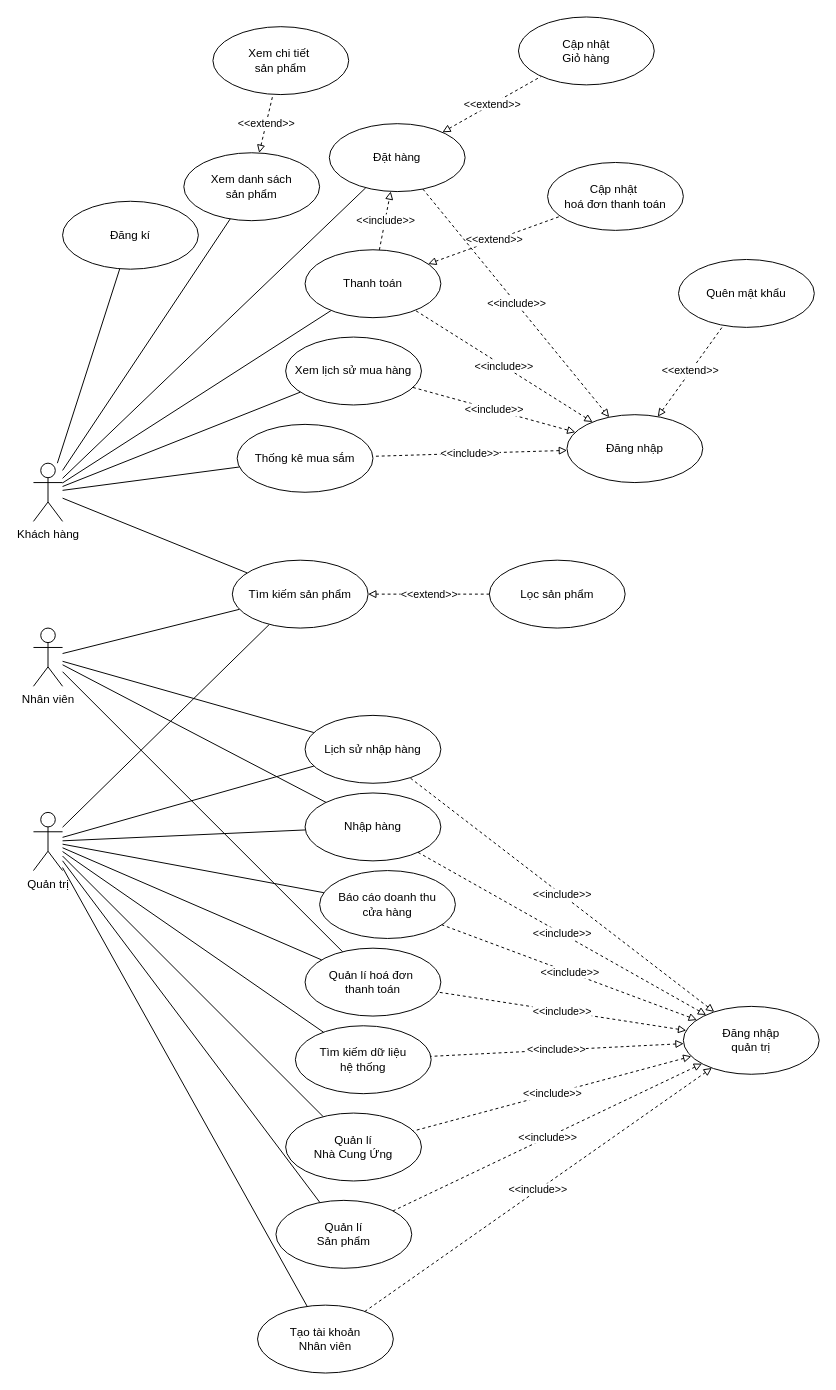
Earlier version of the draw.io diagram Nam3_HK1/CNPM_SoftTech/Usecase Diagrams/UD_0_All.drawio (EdgarIgnite16/SGU-Course). Source tidied: cells renumbered, new cells numbered last; positions are measured from the earlier drawing's top-left corner, leaving out a move shared by most shapes. Both pictures are drawn from the tidied source at 97%, with x=0, y=0 at pixel (33, 16).
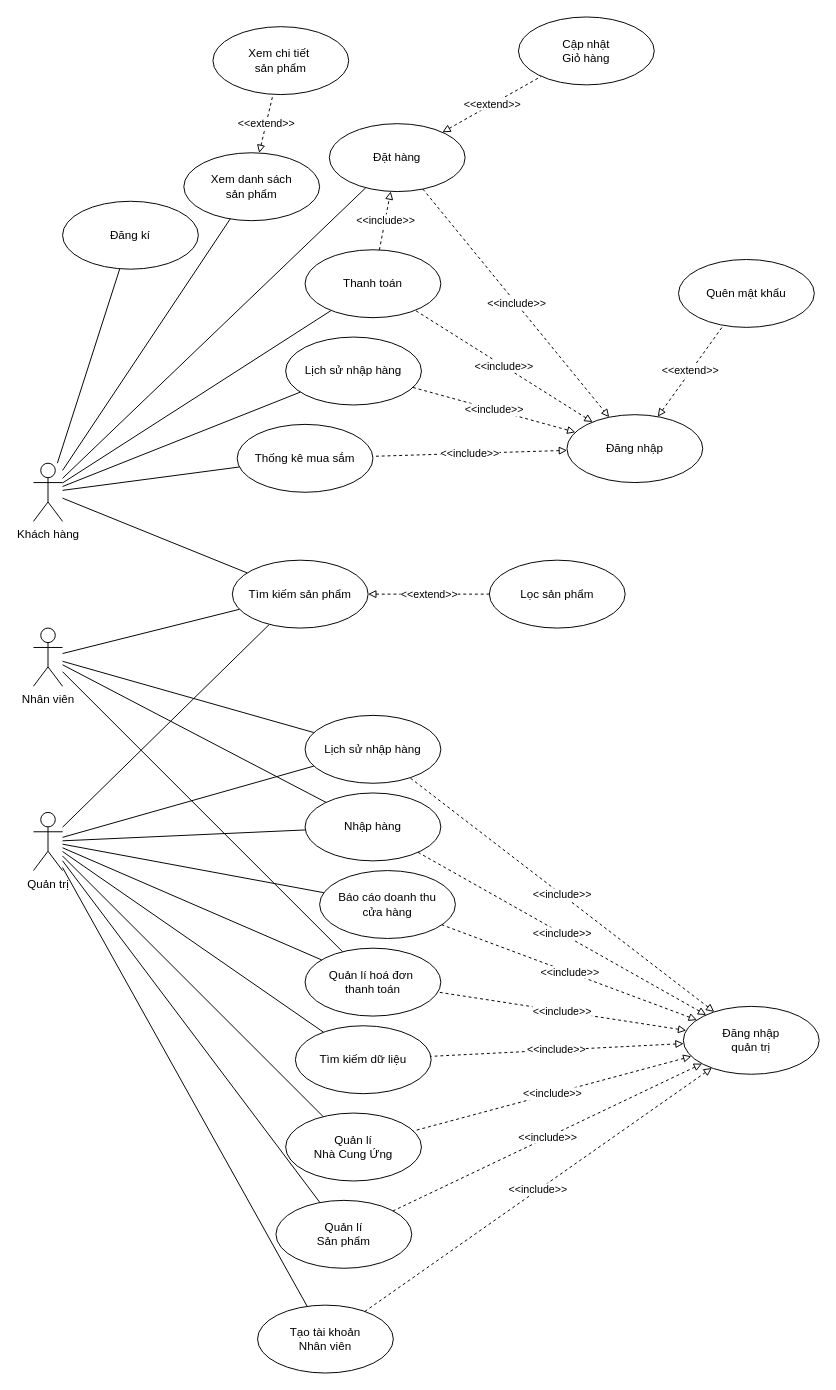
Above is the later version.

The change refers to these unchanged cells:
```xml
<mxCell id="23" value="Thanh toán" style="ellipse;whiteSpace=wrap;html=1;" parent="1" vertex="1">
  <mxGeometry x="280" y="240" width="140" height="70" as="geometry" />
</mxCell>
```

Diff of the diagram source:
```diff
@@
-    <mxCell id="24" value="Cập nhật&amp;nbsp;&lt;br&gt;hoá đơn thanh toán" style="ellipse;whiteSpace=wrap;html=1;" parent="1" vertex="1">
-      <mxGeometry x="530" y="150" width="140" height="70" as="geometry" />
-    </mxCell>
-    <mxCell id="25" value="&amp;lt;&amp;lt;extend&amp;gt;&amp;gt;&lt;br&gt;" style="jettySize=auto;html=1;strokeColor=default;rounded=0;dashed=1;endArrow=none;endFill=0;startArrow=block;startFill=0;" parent="1" edge="1" source="23" target="24">
-      <mxGeometry relative="1" as="geometry" />
-    </mxCell>
@@
-    <mxCell id="30" value="Xem lịch sử mua hàng" style="ellipse;whiteSpace=wrap;html=1;" parent="1" vertex="1">
+    <mxCell id="30" value="Lịch sử nhập hàng" style="ellipse;whiteSpace=wrap;html=1;" parent="1" vertex="1">
       <mxGeometry x="260" y="330" width="140" height="70" as="geometry" />
     </mxCell>
@@
-    <mxCell id="45" value="Tìm kiếm dữ liệu&lt;br&gt;hệ thống" style="ellipse;whiteSpace=wrap;html=1;" parent="1" vertex="1">
+    <mxCell id="45" value="Tìm kiếm dữ liệu" style="ellipse;whiteSpace=wrap;html=1;" parent="1" vertex="1">
       <mxGeometry x="270" y="1040" width="140" height="70" as="geometry" />
     </mxCell>
```
